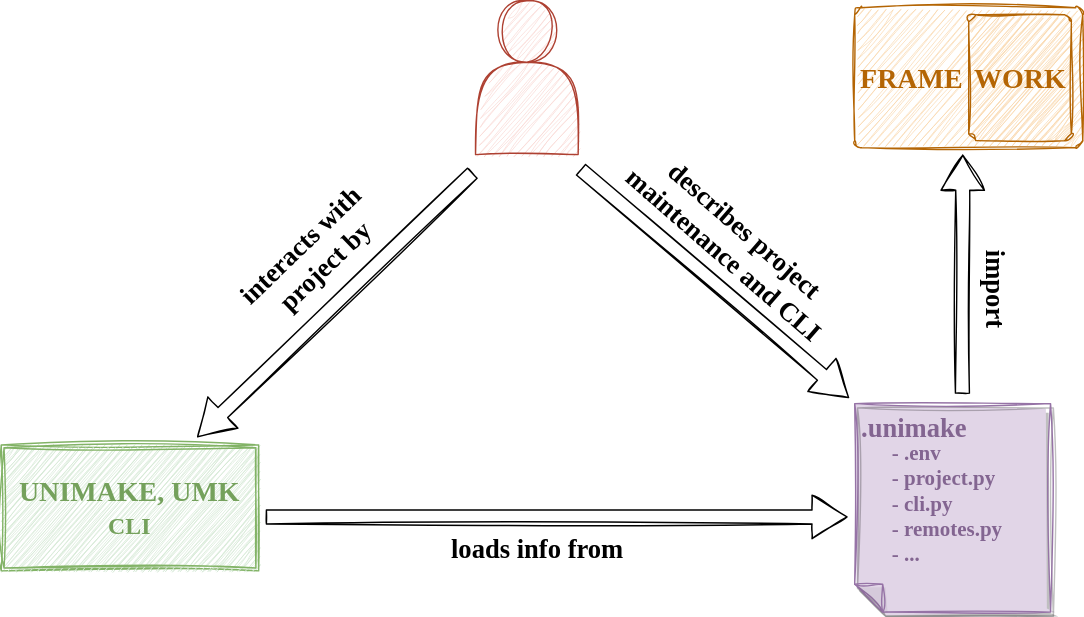
Above: docs/diagrams/high-level.svg in eddoss/unimake (draw.io), before the change. Source tidied: cells renumbered, new cells last; positions are measured from the earlier drawing's top-left corner, leaving out a move shared by most shapes.
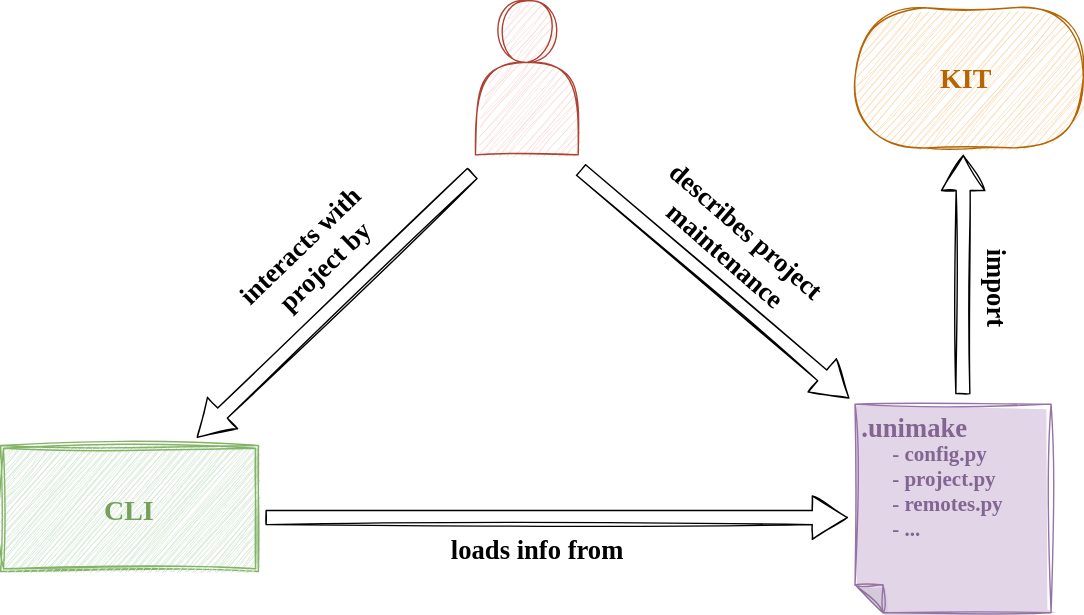
After the change.

Diff of the diagram source:
```diff
@@ -2,61 +2,58 @@
   <root>
     <mxCell id="0" />
     <mxCell id="1" parent="0" />
-    <mxCell id="2" value="interacts with&lt;br&gt;&amp;nbsp;project by" style="text;html=1;align=center;verticalAlign=middle;strokeColor=none;fontFamily=Comic Sans MS;fontSize=19;rotation=316;fontStyle=1;" parent="1" vertex="1">
+    <mxCell id="2" value="interacts with&lt;br&gt;&amp;nbsp;project by" style="text;html=1;align=center;verticalAlign=middle;strokeColor=none;fontFamily=Comic Sans MS;fontSize=19;rotation=316;fontStyle=1;shadow=0;" parent="1" vertex="1">
       <mxGeometry x="148" y="155" width="147" height="58" as="geometry" />
     </mxCell>
-    <mxCell id="3" style="edgeStyle=none;curved=1;rounded=0;orthogonalLoop=1;jettySize=auto;html=1;endArrow=open;sourcePerimeterSpacing=8;targetPerimeterSpacing=8;fontSize=16;sketch=1;shape=flexArrow;rounded=1;startSize=8;endSize=8;fontFamily=Comic Sans MS;" parent="1" edge="1">
+    <mxCell id="3" style="edgeStyle=none;curved=1;rounded=0;orthogonalLoop=1;jettySize=auto;html=1;endArrow=open;sourcePerimeterSpacing=8;targetPerimeterSpacing=8;fontSize=16;sketch=1;shape=flexArrow;rounded=1;startSize=8;endSize=8;fontFamily=Comic Sans MS;shadow=0;" parent="1" edge="1">
       <mxGeometry relative="1" as="geometry">
         <mxPoint x="189" y="369" as="sourcePoint" />
         <mxPoint x="605" y="369" as="targetPoint" />
       </mxGeometry>
     </mxCell>
-    <mxCell id="4" value="loads info from" style="text;html=1;align=center;verticalAlign=middle;strokeColor=none;fontFamily=Comic Sans MS;fontSize=19;rotation=0;fontStyle=1;" parent="1" vertex="1">
+    <mxCell id="4" value="loads info from" style="text;html=1;align=center;verticalAlign=middle;strokeColor=none;fontFamily=Comic Sans MS;fontSize=19;rotation=0;fontStyle=1;shadow=0;" parent="1" vertex="1">
       <mxGeometry x="303" y="375" width="159" height="35" as="geometry" />
     </mxCell>
-    <mxCell id="5" style="edgeStyle=none;curved=1;rounded=0;orthogonalLoop=1;jettySize=auto;html=1;endArrow=open;sourcePerimeterSpacing=8;targetPerimeterSpacing=8;fontSize=16;sketch=1;shape=flexArrow;rounded=1;startSize=8;endSize=8;fontFamily=Comic Sans MS;" parent="1" edge="1">
+    <mxCell id="5" style="edgeStyle=none;curved=1;rounded=0;orthogonalLoop=1;jettySize=auto;html=1;endArrow=open;sourcePerimeterSpacing=8;targetPerimeterSpacing=8;fontSize=16;sketch=1;shape=flexArrow;rounded=1;startSize=8;endSize=8;fontFamily=Comic Sans MS;shadow=0;" parent="1" edge="1">
       <mxGeometry relative="1" as="geometry">
         <mxPoint x="337" y="123" as="sourcePoint" />
         <mxPoint x="140" y="312" as="targetPoint" />
       </mxGeometry>
     </mxCell>
-    <mxCell id="6" style="edgeStyle=none;curved=1;rounded=0;orthogonalLoop=1;jettySize=auto;html=1;endArrow=open;sourcePerimeterSpacing=8;targetPerimeterSpacing=8;fontSize=16;sketch=1;shape=flexArrow;rounded=1;startSize=8;endSize=8;fontFamily=Comic Sans MS;" parent="1" edge="1">
+    <mxCell id="6" style="edgeStyle=none;curved=1;rounded=0;orthogonalLoop=1;jettySize=auto;html=1;endArrow=open;sourcePerimeterSpacing=8;targetPerimeterSpacing=8;fontSize=16;sketch=1;shape=flexArrow;rounded=1;startSize=8;endSize=8;fontFamily=Comic Sans MS;shadow=0;" parent="1" edge="1">
       <mxGeometry relative="1" as="geometry">
         <mxPoint x="414" y="120.5" as="sourcePoint" />
         <mxPoint x="606" y="284" as="targetPoint" />
       </mxGeometry>
     </mxCell>
-    <mxCell id="7" value="describes project &lt;br style=&quot;font-size: 19px;&quot;&gt;maintenance and CLI" style="text;html=1;align=center;verticalAlign=middle;strokeColor=none;fontFamily=Comic Sans MS;fontSize=19;rotation=41;fontStyle=1;" parent="1" vertex="1">
-      <mxGeometry x="419" y="144" width="210" height="58" as="geometry" />
+    <mxCell id="7" value="describes project &lt;br style=&quot;font-size: 19px;&quot;&gt;maintenance" style="text;html=1;align=center;verticalAlign=middle;strokeColor=none;fontFamily=Comic Sans MS;fontSize=19;rotation=41;fontStyle=1;shadow=0;" parent="1" vertex="1">
+      <mxGeometry x="435" y="144" width="179" height="58" as="geometry" />
     </mxCell>
-    <mxCell id="8" style="shape=actor;whiteSpace=wrap;html=1;sketch=1;hachureGap=4;jiggle=2;curveFitting=1;fontFamily=Architects Daughter;fontSource=https%3A%2F%2Ffonts.googleapis.com%2Fcss%3Ffamily%3DArchitects%2BDaughter;fontSize=20;fillColor=#fad9d5;strokeColor=#ae4132;" parent="1" vertex="1">
+    <mxCell id="8" style="shape=actor;whiteSpace=wrap;html=1;sketch=1;hachureGap=4;jiggle=2;curveFitting=1;fontFamily=Architects Daughter;fontSource=https%3A%2F%2Ffonts.googleapis.com%2Fcss%3Ffamily%3DArchitects%2BDaughter;fontSize=20;fillColor=#fad9d5;strokeColor=#ae4132;shadow=0;" parent="1" vertex="1">
       <mxGeometry x="339" width="73.3" height="110" as="geometry" />
     </mxCell>
-    <mxCell id="9" style="edgeStyle=none;curved=1;rounded=0;orthogonalLoop=1;jettySize=auto;html=1;endArrow=open;sourcePerimeterSpacing=8;targetPerimeterSpacing=8;fontSize=16;sketch=1;shape=flexArrow;rounded=1;startSize=8;endSize=8;fontFamily=Comic Sans MS;entryX=0.55;entryY=0.95;entryDx=0;entryDy=0;entryPerimeter=0;" parent="1" edge="1">
+    <mxCell id="9" style="edgeStyle=none;curved=1;rounded=0;orthogonalLoop=1;jettySize=auto;html=1;endArrow=open;sourcePerimeterSpacing=8;targetPerimeterSpacing=8;fontSize=16;sketch=1;shape=flexArrow;rounded=1;startSize=8;endSize=8;fontFamily=Comic Sans MS;entryX=0.55;entryY=0.95;entryDx=0;entryDy=0;entryPerimeter=0;shadow=0;" parent="1" edge="1">
       <mxGeometry relative="1" as="geometry">
         <mxPoint x="687" y="281" as="sourcePoint" />
         <mxPoint x="687.2" y="110" as="targetPoint" />
       </mxGeometry>
     </mxCell>
-    <mxCell id="10" style="rounded=1;absoluteArcSize=1;html=1;arcSize=10;sketch=1;hachureGap=4;jiggle=2;curveFitting=1;fontFamily=Comic Sans MS;fontSize=20;fillColor=#fad7ac;strokeColor=#b46504;fontStyle=1;fontColor=#B46504;" parent="1" vertex="1">
+    <mxCell id="10" style="rounded=1;absoluteArcSize=1;html=1;arcSize=163;sketch=1;hachureGap=4;jiggle=2;curveFitting=1;fontFamily=Comic Sans MS;fontSize=20;fillColor=#fad7ac;strokeColor=#b46504;fontStyle=1;fontColor=#B46504;shadow=0;" parent="1" vertex="1">
       <mxGeometry x="610" y="5" width="163" height="100" as="geometry" />
     </mxCell>
-    <mxCell id="11" value="FRAME" style="html=1;shape=mxgraph.er.anchor;whiteSpace=wrap;sketch=1;hachureGap=4;jiggle=2;curveFitting=1;fontFamily=Comic Sans MS;fontSize=20;fontStyle=1;fontColor=#B46504;" parent="10" vertex="1">
-      <mxGeometry width="81.5" height="100" as="geometry" />
+    <mxCell id="11" value="KIT" style="html=1;shape=mxgraph.er.anchor;whiteSpace=wrap;sketch=1;hachureGap=4;jiggle=2;curveFitting=1;fontFamily=Comic Sans MS;fontSize=20;fontStyle=1;fontColor=#B46504;shadow=0;" parent="10" vertex="1">
+      <mxGeometry width="159" height="100" as="geometry" />
     </mxCell>
-    <mxCell id="12" value="WORK" style="rounded=1;absoluteArcSize=1;html=1;arcSize=10;whiteSpace=wrap;strokeColor=inherit;fillColor=inherit;sketch=1;hachureGap=4;jiggle=2;curveFitting=1;fontFamily=Comic Sans MS;fontSize=20;fontStyle=1;fontColor=#B46504;" parent="10" vertex="1">
-      <mxGeometry x="81.5" y="5" width="73.3" height="90" as="geometry" />
-    </mxCell>
-    <mxCell id="13" value=".unimake" style="shape=note;whiteSpace=wrap;html=1;backgroundOutline=1;darkOpacity=0.05;fillColor=#e1d5e7;strokeColor=#9673a6;fillStyle=solid;direction=west;gradientDirection=north;shadow=1;size=20;fontSize=19;sketch=1;jiggle=2;align=left;verticalAlign=top;fontStyle=1;fontFamily=Comic Sans MS;spacingLeft=3;fontColor=#836591;" parent="1" vertex="1">
+    <mxCell id="13" value=".unimake" style="shape=note;whiteSpace=wrap;html=1;backgroundOutline=1;darkOpacity=0.05;fillColor=#e1d5e7;strokeColor=#9673a6;fillStyle=solid;direction=west;gradientDirection=north;shadow=0;size=20;fontSize=19;sketch=1;jiggle=2;align=left;verticalAlign=top;fontStyle=1;fontFamily=Comic Sans MS;spacingLeft=3;fontColor=#836591;" parent="1" vertex="1">
       <mxGeometry x="610" y="288" width="140" height="149" as="geometry" />
     </mxCell>
-    <mxCell id="14" value="&lt;span style=&quot;font-weight: 700 ; font-size: 15px&quot;&gt;- .env&lt;br&gt;- project.py&lt;br style=&quot;font-size: 15px&quot;&gt;&lt;/span&gt;&lt;span style=&quot;font-weight: 700 ; font-size: 15px&quot;&gt;- cli.py&lt;br&gt;- remotes.py&lt;br&gt;- ...&lt;br&gt;&lt;/span&gt;" style="text;html=1;align=left;verticalAlign=top;strokeColor=none;fontFamily=Comic Sans MS;fontSize=15;fillColor=none;fontColor=#836591;" parent="1" vertex="1">
-      <mxGeometry x="634.5" y="308" width="114" height="102" as="geometry" />
+    <mxCell id="14" value="&lt;span style=&quot;font-weight: 700 ; font-size: 15px&quot;&gt;- config.py&lt;br&gt;- project.py&lt;/span&gt;&lt;span style=&quot;font-weight: 700 ; font-size: 15px&quot;&gt;&lt;br&gt;- remotes.py&lt;br&gt;- ...&lt;br&gt;&lt;/span&gt;" style="text;html=1;align=left;verticalAlign=top;strokeColor=none;fontFamily=Comic Sans MS;fontSize=15;fillColor=none;fontColor=#836591;shadow=0;" parent="1" vertex="1">
+      <mxGeometry x="634.5" y="308" width="114" height="84" as="geometry" />
     </mxCell>
-    <mxCell id="15" value="&lt;b&gt;&lt;font face=&quot;Comic Sans MS&quot;&gt;UNIMAKE, UMK&lt;br style=&quot;border-color: var(--border-color); font-size: 17px;&quot;&gt;&lt;span style=&quot;font-size: 17px;&quot;&gt;CLI&lt;/span&gt;&lt;/font&gt;&lt;/b&gt;" style="shape=ext;double=1;rounded=0;whiteSpace=wrap;html=1;sketch=1;hachureGap=4;jiggle=2;curveFitting=1;fontFamily=Architects Daughter;fontSource=https%3A%2F%2Ffonts.googleapis.com%2Fcss%3Ffamily%3DArchitects%2BDaughter;fontSize=20;fillColor=#d5e8d4;strokeColor=#82b366;fontColor=#75A15C;" parent="1" vertex="1">
+    <mxCell id="15" value="&lt;font face=&quot;Comic Sans MS&quot;&gt;&lt;b&gt;CLI&lt;/b&gt;&lt;/font&gt;" style="shape=ext;double=1;rounded=0;whiteSpace=wrap;html=1;sketch=1;hachureGap=4;jiggle=2;curveFitting=1;fontFamily=Architects Daughter;fontSource=https%3A%2F%2Ffonts.googleapis.com%2Fcss%3Ffamily%3DArchitects%2BDaughter;fontSize=20;fillColor=#d5e8d4;strokeColor=#82b366;fontColor=#75A15C;shadow=0;" parent="1" vertex="1">
       <mxGeometry y="317.5" width="184" height="90" as="geometry" />
     </mxCell>
-    <mxCell id="16" value="import" style="text;html=1;align=center;verticalAlign=middle;strokeColor=none;fontFamily=Comic Sans MS;fontSize=19;rotation=90;fontStyle=1;" parent="1" vertex="1">
+    <mxCell id="16" value="import" style="text;html=1;align=center;verticalAlign=middle;strokeColor=none;fontFamily=Comic Sans MS;fontSize=19;rotation=90;fontStyle=1;shadow=0;" parent="1" vertex="1">
       <mxGeometry x="672.5" y="188" width="76" height="35" as="geometry" />
     </mxCell>
   </root>
```
